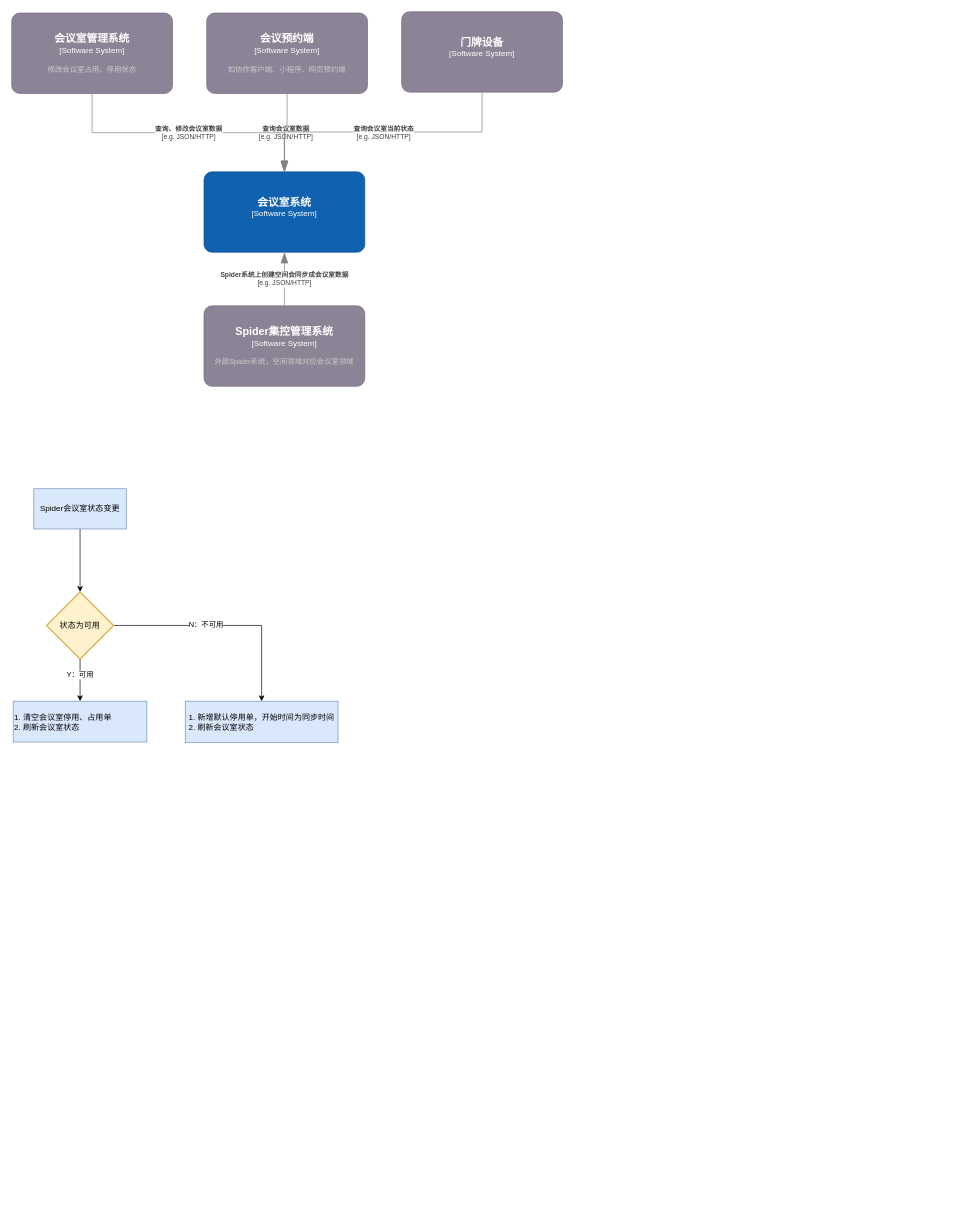
This is 未命名绘图.drawio from laowang-cloud/diagrams, a draw.io file, before an edit. Source tidied: cells renumbered, new cells numbered last; positions are measured from the earlier drawing's top-left corner, leaving out a move shared by most shapes. Both pictures are drawn from the tidied source at 67%, with x=0, y=0 at pixel (11, 11).
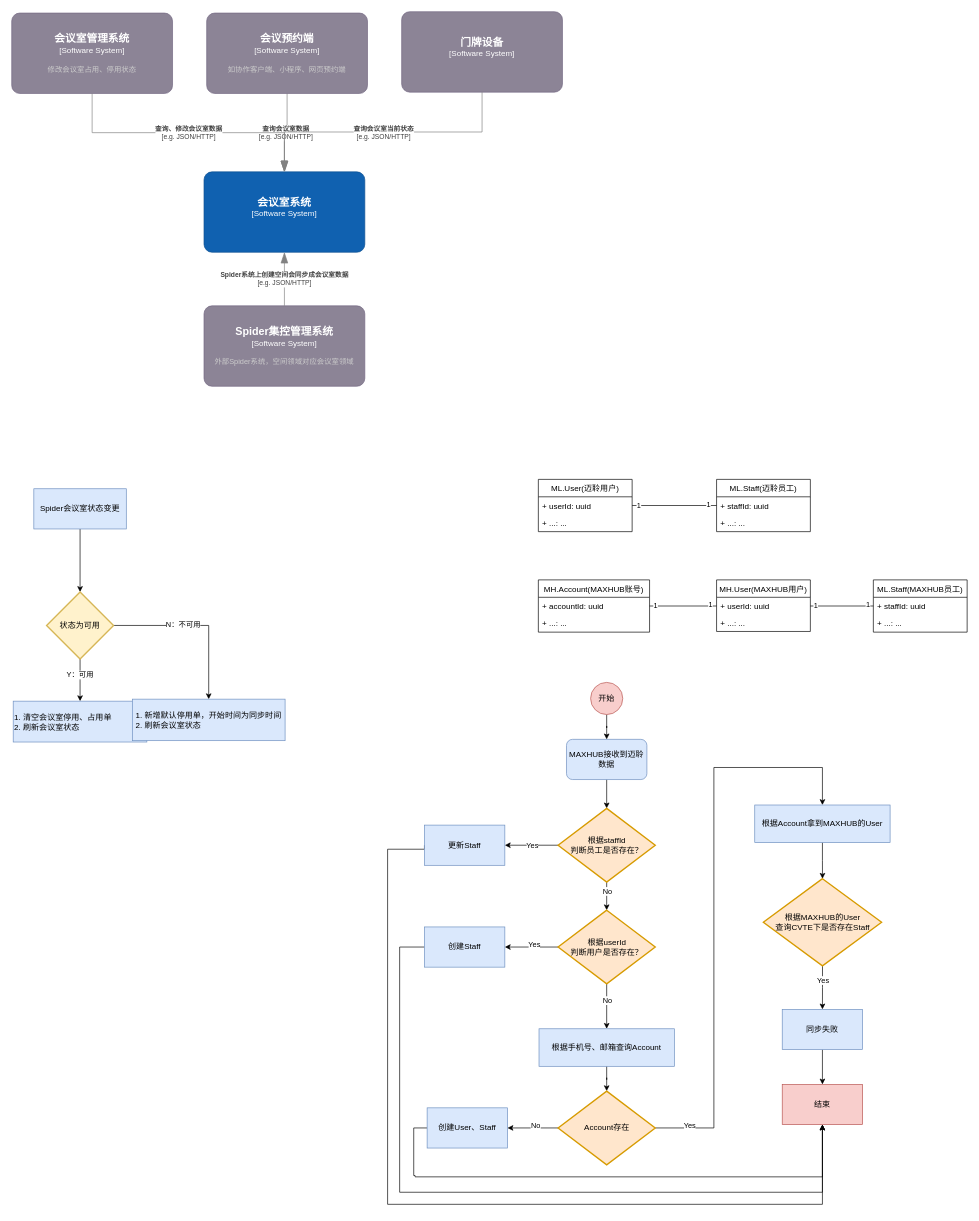
The same page after the edit.

Commit message:
更新未命名绘图.drawio

Diff of the diagram source:
```diff
@@
     <mxCell id="19" value="&lt;div style=&quot;text-align: left&quot;&gt;&lt;span&gt;1. 新增默认停用单，开始时间为同步时间&lt;/span&gt;&lt;/div&gt;&lt;div style=&quot;text-align: left&quot;&gt;&lt;span&gt;2. 刷新会议室状态&lt;/span&gt;&lt;/div&gt;" style="rounded=0;whiteSpace=wrap;html=1;fillColor=#dae8fc;strokeColor=#6c8ebf;" parent="1" vertex="1">
-      <mxGeometry x="259" y="1029" width="228" height="62" as="geometry" />
+      <mxGeometry x="180" y="1026" width="228" height="62" as="geometry" />
     </mxCell>
+    <mxCell id="20" value="ML.Staff(迈聆员工)" style="swimlane;fontStyle=0;horizontal=1;startSize=26;fillColor=none;" parent="1" vertex="1">
+      <mxGeometry x="1052" y="698" width="140" height="78" as="geometry" />
+    </mxCell>
+    <mxCell id="21" value="+ staffId: uuid" style="text;strokeColor=none;fillColor=none;align=left;verticalAlign=top;spacingLeft=4;spacingRight=4;overflow=hidden;points=[[0,0.5],[1,0.5]];portConstraint=eastwest;" parent="20" vertex="1">
+      <mxGeometry y="26" width="140" height="26" as="geometry" />
+    </mxCell>
+    <mxCell id="22" value="+ ...: ..." style="text;strokeColor=none;fillColor=none;align=left;verticalAlign=top;spacingLeft=4;spacingRight=4;overflow=hidden;" parent="20" vertex="1">
+      <mxGeometry y="52" width="140" height="26" as="geometry" />
+    </mxCell>
+    <mxCell id="23" value="ML.User(迈聆用户)" style="swimlane;fontStyle=0;horizontal=1;startSize=26;fillColor=none;" parent="1" vertex="1">
+      <mxGeometry x="786" y="698" width="140" height="78" as="geometry" />
+    </mxCell>
+    <mxCell id="24" value="+ userId: uuid" style="text;strokeColor=none;fillColor=none;align=left;verticalAlign=top;spacingLeft=4;spacingRight=4;overflow=hidden;points=[[0,0.5],[1,0.5]];portConstraint=eastwest;" parent="23" vertex="1">
+      <mxGeometry y="26" width="140" height="26" as="geometry" />
+    </mxCell>
+    <mxCell id="25" value="+ ...: ..." style="text;strokeColor=none;fillColor=none;align=left;verticalAlign=top;spacingLeft=4;spacingRight=4;overflow=hidden;" parent="23" vertex="1">
+      <mxGeometry y="52" width="140" height="26" as="geometry" />
+    </mxCell>
+    <mxCell id="26" style="edgeStyle=orthogonalEdgeStyle;rounded=0;jettySize=auto;html=1;endArrow=none;endFill=0;" parent="1" edge="1" source="24" target="21">
+      <mxGeometry relative="1" as="geometry" />
+    </mxCell>
+    <mxCell id="27" value="1" style="edgeLabel;html=1;align=center;verticalAlign=middle;" parent="26" vertex="1">
+      <mxGeometry x="-0.85" y="1" relative="1" as="geometry" />
+    </mxCell>
+    <mxCell id="28" value="1" style="edgeLabel;html=1;align=center;verticalAlign=middle;" parent="26" vertex="1">
+      <mxGeometry x="0.8" y="3" relative="1" as="geometry" />
+    </mxCell>
+    <mxCell id="29" value="ML.Staff(MAXHUB员工)" style="swimlane;fontStyle=0;horizontal=1;startSize=26;fillColor=none;" parent="1" vertex="1">
+      <mxGeometry x="1286" y="848" width="140" height="78" as="geometry" />
+    </mxCell>
+    <mxCell id="30" value="+ staffId: uuid" style="text;strokeColor=none;fillColor=none;align=left;verticalAlign=top;spacingLeft=4;spacingRight=4;overflow=hidden;points=[[0,0.5],[1,0.5]];portConstraint=eastwest;" parent="29" vertex="1">
+      <mxGeometry y="26" width="140" height="26" as="geometry" />
+    </mxCell>
+    <mxCell id="31" value="+ ...: ..." style="text;strokeColor=none;fillColor=none;align=left;verticalAlign=top;spacingLeft=4;spacingRight=4;overflow=hidden;" parent="29" vertex="1">
+      <mxGeometry y="52" width="140" height="26" as="geometry" />
+    </mxCell>
+    <mxCell id="32" value="MH.User(MAXHUB用户)" style="swimlane;fontStyle=0;horizontal=1;startSize=26;fillColor=none;" parent="1" vertex="1">
+      <mxGeometry x="1052" y="848" width="140" height="77" as="geometry" />
+    </mxCell>
+    <mxCell id="33" value="+ userId: uuid" style="text;strokeColor=none;fillColor=none;align=left;verticalAlign=top;spacingLeft=4;spacingRight=4;overflow=hidden;points=[[0,0.5],[1,0.5]];portConstraint=eastwest;" parent="32" vertex="1">
+      <mxGeometry y="26" width="140" height="26" as="geometry" />
+    </mxCell>
+    <mxCell id="34" value="+ ...: ..." style="text;strokeColor=none;fillColor=none;align=left;verticalAlign=top;spacingLeft=4;spacingRight=4;overflow=hidden;" parent="32" vertex="1">
+      <mxGeometry y="52" width="140" height="25" as="geometry" />
+    </mxCell>
+    <mxCell id="35" style="edgeStyle=orthogonalEdgeStyle;rounded=0;jettySize=auto;html=1;endArrow=none;endFill=0;" parent="1" edge="1" source="33" target="30">
+      <mxGeometry relative="1" as="geometry" />
+    </mxCell>
+    <mxCell id="36" value="1" style="edgeLabel;html=1;align=center;verticalAlign=middle;" parent="35" vertex="1">
+      <mxGeometry x="-0.85" y="1" relative="1" as="geometry" />
+    </mxCell>
+    <mxCell id="37" value="1" style="edgeLabel;html=1;align=center;verticalAlign=middle;" parent="35" vertex="1">
+      <mxGeometry x="0.8" y="3" relative="1" as="geometry" />
+    </mxCell>
+    <mxCell id="38" value="MH.Account(MAXHUB账号)" style="swimlane;fontStyle=0;horizontal=1;startSize=26;fillColor=none;" parent="1" vertex="1">
+      <mxGeometry x="786" y="848" width="166" height="78" as="geometry" />
+    </mxCell>
+    <mxCell id="39" value="+ accountId: uuid" style="text;strokeColor=none;fillColor=none;align=left;verticalAlign=top;spacingLeft=4;spacingRight=4;overflow=hidden;points=[[0,0.5],[1,0.5]];portConstraint=eastwest;" parent="38" vertex="1">
+      <mxGeometry y="26" width="166" height="26" as="geometry" />
+    </mxCell>
+    <mxCell id="40" value="+ ...: ..." style="text;strokeColor=none;fillColor=none;align=left;verticalAlign=top;spacingLeft=4;spacingRight=4;overflow=hidden;" parent="38" vertex="1">
+      <mxGeometry y="52" width="166" height="26" as="geometry" />
+    </mxCell>
+    <mxCell id="41" style="edgeStyle=orthogonalEdgeStyle;rounded=0;jettySize=auto;html=1;endArrow=none;endFill=0;exitX=1;exitY=0.5;exitDx=0;exitDy=0;entryX=0;entryY=0.5;entryDx=0;entryDy=0;" parent="1" edge="1" source="39" target="33">
+      <mxGeometry relative="1" as="geometry" />
+    </mxCell>
+    <mxCell id="42" value="1" style="edgeLabel;html=1;align=center;verticalAlign=middle;" parent="41" vertex="1">
+      <mxGeometry x="-0.85" y="1" relative="1" as="geometry" />
+    </mxCell>
+    <mxCell id="43" value="1" style="edgeLabel;html=1;align=center;verticalAlign=middle;" parent="41" vertex="1">
+      <mxGeometry x="0.8" y="3" relative="1" as="geometry" />
+    </mxCell>
+    <mxCell id="44" style="edgeStyle=orthogonalEdgeStyle;rounded=0;jettySize=auto;html=1;entryX=0.5;entryY=0;entryDx=0;entryDy=0;endArrow=classic;endFill=1;entryPerimeter=0;" parent="1" edge="1" source="45" target="50">
+      <mxGeometry relative="1" as="geometry" />
+    </mxCell>
+    <mxCell id="45" value="MAXHUB接收到迈聆数据" style="rounded=1;whiteSpace=wrap;html=1;fillColor=#dae8fc;strokeColor=#6c8ebf;" parent="1" vertex="1">
+      <mxGeometry x="828" y="1086" width="120" height="60" as="geometry" />
+    </mxCell>
+    <mxCell id="46" style="edgeStyle=orthogonalEdgeStyle;rounded=0;jettySize=auto;html=1;entryX=1;entryY=0.5;entryDx=0;entryDy=0;endArrow=classic;endFill=1;" parent="1" edge="1" source="50" target="52">
+      <mxGeometry relative="1" as="geometry" />
+    </mxCell>
+    <mxCell id="47" value="Yes" style="edgeLabel;html=1;align=center;verticalAlign=middle;" parent="46" vertex="1">
+      <mxGeometry x="0.01" y="-1" relative="1" as="geometry">
+        <mxPoint x="1" as="offset" />
+      </mxGeometry>
+    </mxCell>
+    <mxCell id="48" style="edgeStyle=orthogonalEdgeStyle;rounded=0;jettySize=auto;html=1;endArrow=classic;endFill=1;" parent="1" edge="1" source="50" target="57">
+      <mxGeometry relative="1" as="geometry" />
+    </mxCell>
+    <mxCell id="49" value="No" style="edgeLabel;html=1;align=center;verticalAlign=middle;" parent="48" vertex="1">
+      <mxGeometry x="-0.37" relative="1" as="geometry" />
+    </mxCell>
+    <mxCell id="50" value="根据staffId&lt;br&gt;判断员工是否存在？" style="strokeWidth=2;html=1;shape=mxgraph.flowchart.decision;whiteSpace=wrap;fillColor=#ffe6cc;strokeColor=#d79b00;" parent="1" vertex="1">
+      <mxGeometry x="815.5" y="1189" width="145" height="110" as="geometry" />
+    </mxCell>
+    <mxCell id="51" style="edgeStyle=orthogonalEdgeStyle;rounded=0;jettySize=auto;html=1;endArrow=classic;endFill=1;exitX=0;exitY=0.5;exitDx=0;exitDy=0;" parent="1" edge="1" source="52" target="76">
+      <mxGeometry relative="1" as="geometry">
+        <Array as="points">
+          <mxPoint x="616" y="1250" />
+          <mxPoint x="561" y="1250" />
+          <mxPoint x="561" y="1780" />
+          <mxPoint x="1210" y="1780" />
+        </Array>
+      </mxGeometry>
+    </mxCell>
+    <mxCell id="52" value="更新Staff" style="rounded=0;whiteSpace=wrap;html=1;fillColor=#dae8fc;strokeColor=#6c8ebf;" parent="1" vertex="1">
+      <mxGeometry x="616" y="1214" width="120" height="60" as="geometry" />
+    </mxCell>
+    <mxCell id="53" style="edgeStyle=orthogonalEdgeStyle;rounded=0;jettySize=auto;html=1;entryX=1;entryY=0.5;entryDx=0;entryDy=0;endArrow=classic;endFill=1;" parent="1" edge="1" source="57" target="59">
+      <mxGeometry relative="1" as="geometry" />
+    </mxCell>
+    <mxCell id="54" value="Yes" style="edgeLabel;html=1;align=center;verticalAlign=middle;" parent="53" vertex="1">
+      <mxGeometry x="0.2" y="-4" relative="1" as="geometry">
+        <mxPoint x="12" as="offset" />
+      </mxGeometry>
+    </mxCell>
+    <mxCell id="55" style="edgeStyle=orthogonalEdgeStyle;rounded=0;jettySize=auto;html=1;endArrow=classic;endFill=1;" parent="1" edge="1" source="57" target="61">
+      <mxGeometry relative="1" as="geometry" />
+    </mxCell>
+    <mxCell id="56" value="No" style="edgeLabel;html=1;align=center;verticalAlign=middle;" parent="55" vertex="1">
+      <mxGeometry x="-0.27" relative="1" as="geometry" />
+    </mxCell>
+    <mxCell id="57" value="根据userId&lt;br&gt;判断用户是否存在？" style="strokeWidth=2;html=1;shape=mxgraph.flowchart.decision;whiteSpace=wrap;fillColor=#ffe6cc;strokeColor=#d79b00;" parent="1" vertex="1">
+      <mxGeometry x="815.5" y="1341" width="145" height="110" as="geometry" />
+    </mxCell>
+    <mxCell id="58" style="edgeStyle=orthogonalEdgeStyle;rounded=0;jettySize=auto;html=1;endArrow=classic;endFill=1;" parent="1" edge="1" source="59" target="76">
+      <mxGeometry relative="1" as="geometry">
+        <Array as="points">
+          <mxPoint x="579" y="1396" />
+          <mxPoint x="579" y="1762" />
+          <mxPoint x="1210" y="1762" />
+        </Array>
+      </mxGeometry>
+    </mxCell>
+    <mxCell id="59" value="创建Staff" style="rounded=0;whiteSpace=wrap;html=1;fillColor=#dae8fc;strokeColor=#6c8ebf;" parent="1" vertex="1">
+      <mxGeometry x="616" y="1366" width="120" height="60" as="geometry" />
+    </mxCell>
+    <mxCell id="60" style="edgeStyle=orthogonalEdgeStyle;rounded=0;jettySize=auto;html=1;endArrow=classic;endFill=1;" parent="1" edge="1" source="61" target="66">
+      <mxGeometry relative="1" as="geometry" />
+    </mxCell>
+    <mxCell id="61" value="根据手机号、邮箱查询Account" style="rounded=0;whiteSpace=wrap;html=1;fillColor=#dae8fc;strokeColor=#6c8ebf;" parent="1" vertex="1">
+      <mxGeometry x="787" y="1518" width="202" height="56" as="geometry" />
+    </mxCell>
+    <mxCell id="62" style="edgeStyle=orthogonalEdgeStyle;rounded=0;jettySize=auto;html=1;endArrow=classic;endFill=1;" parent="1" edge="1" source="66" target="68">
+      <mxGeometry relative="1" as="geometry" />
+    </mxCell>
+    <mxCell id="63" value="No" style="edgeLabel;html=1;align=center;verticalAlign=middle;" parent="62" vertex="1">
+      <mxGeometry x="-0.06" y="-4" relative="1" as="geometry">
+        <mxPoint x="1" as="offset" />
+      </mxGeometry>
+    </mxCell>
+    <mxCell id="64" style="edgeStyle=orthogonalEdgeStyle;rounded=0;jettySize=auto;html=1;endArrow=classic;endFill=1;entryX=0.5;entryY=0;entryDx=0;entryDy=0;" parent="1" edge="1" source="66" target="70">
+      <mxGeometry relative="1" as="geometry">
+        <Array as="points">
+          <mxPoint x="1048" y="1666" />
+          <mxPoint x="1048" y="1128" />
+          <mxPoint x="1210" y="1128" />
+        </Array>
+      </mxGeometry>
+    </mxCell>
+    <mxCell id="65" value="Yes" style="edgeLabel;html=1;align=center;verticalAlign=middle;" parent="64" vertex="1">
+      <mxGeometry x="-0.88" y="4" relative="1" as="geometry" />
+    </mxCell>
+    <mxCell id="66" value="Account存在" style="strokeWidth=2;html=1;shape=mxgraph.flowchart.decision;whiteSpace=wrap;fillColor=#ffe6cc;strokeColor=#d79b00;" parent="1" vertex="1">
+      <mxGeometry x="815.5" y="1611" width="145" height="110" as="geometry" />
+    </mxCell>
+    <mxCell id="67" style="edgeStyle=orthogonalEdgeStyle;rounded=0;jettySize=auto;html=1;endArrow=classic;endFill=1;" parent="1" edge="1" source="68" target="76">
+      <mxGeometry relative="1" as="geometry">
+        <Array as="points">
+          <mxPoint x="600" y="1666" />
+          <mxPoint x="600" y="1737" />
+          <mxPoint x="602" y="1737" />
+          <mxPoint x="602" y="1739" />
+          <mxPoint x="1210" y="1739" />
+        </Array>
+      </mxGeometry>
+    </mxCell>
+    <mxCell id="68" value="创建User、Staff" style="rounded=0;whiteSpace=wrap;html=1;fillColor=#dae8fc;strokeColor=#6c8ebf;" parent="1" vertex="1">
+      <mxGeometry x="620" y="1636" width="120" height="60" as="geometry" />
+    </mxCell>
+    <mxCell id="69" style="edgeStyle=orthogonalEdgeStyle;rounded=0;jettySize=auto;html=1;endArrow=classic;endFill=1;" parent="1" edge="1" source="70" target="73">
+      <mxGeometry relative="1" as="geometry" />
+    </mxCell>
+    <mxCell id="70" value="根据Account拿到MAXHUB的User" style="rounded=0;whiteSpace=wrap;html=1;fillColor=#dae8fc;strokeColor=#6c8ebf;" parent="1" vertex="1">
+      <mxGeometry x="1109" y="1184" width="202" height="56" as="geometry" />
+    </mxCell>
+    <mxCell id="71" style="edgeStyle=orthogonalEdgeStyle;rounded=0;jettySize=auto;html=1;endArrow=classic;endFill=1;" parent="1" edge="1" source="73" target="75">
+      <mxGeometry relative="1" as="geometry" />
+    </mxCell>
+    <mxCell id="72" value="Yes" style="edgeLabel;html=1;align=center;verticalAlign=middle;" parent="71" vertex="1">
+      <mxGeometry x="-0.35" relative="1" as="geometry" />
+    </mxCell>
+    <mxCell id="73" value="根据MAXHUB的User&lt;br&gt;查询CVTE下是否存在Staff" style="strokeWidth=2;html=1;shape=mxgraph.flowchart.decision;whiteSpace=wrap;fillColor=#ffe6cc;strokeColor=#d79b00;" parent="1" vertex="1">
+      <mxGeometry x="1121.8" y="1294" width="176.5" height="130" as="geometry" />
+    </mxCell>
+    <mxCell id="74" style="edgeStyle=orthogonalEdgeStyle;rounded=0;jettySize=auto;html=1;entryX=0.5;entryY=0;entryDx=0;entryDy=0;endArrow=classic;endFill=1;" parent="1" edge="1" source="75" target="76">
+      <mxGeometry relative="1" as="geometry" />
+    </mxCell>
+    <mxCell id="75" value="同步失败" style="rounded=0;whiteSpace=wrap;html=1;fillColor=#dae8fc;strokeColor=#6c8ebf;" parent="1" vertex="1">
+      <mxGeometry x="1150" y="1489" width="120" height="60" as="geometry" />
+    </mxCell>
+    <mxCell id="76" value="结束" style="rounded=0;whiteSpace=wrap;html=1;fillColor=#f8cecc;strokeColor=#b85450;" parent="1" vertex="1">
+      <mxGeometry x="1150" y="1601" width="120" height="60" as="geometry" />
+    </mxCell>
+    <mxCell id="77" style="edgeStyle=orthogonalEdgeStyle;rounded=0;jettySize=auto;html=1;entryX=0.5;entryY=0;entryDx=0;entryDy=0;endArrow=classic;endFill=1;" parent="1" edge="1" source="78" target="45">
+      <mxGeometry relative="1" as="geometry" />
+    </mxCell>
+    <mxCell id="78" value="开始" style="ellipse;whiteSpace=wrap;html=1;fillColor=#f8cecc;strokeColor=#b85450;" parent="1" vertex="1">
+      <mxGeometry x="864" y="1001" width="48" height="48" as="geometry" />
+    </mxCell>
```
